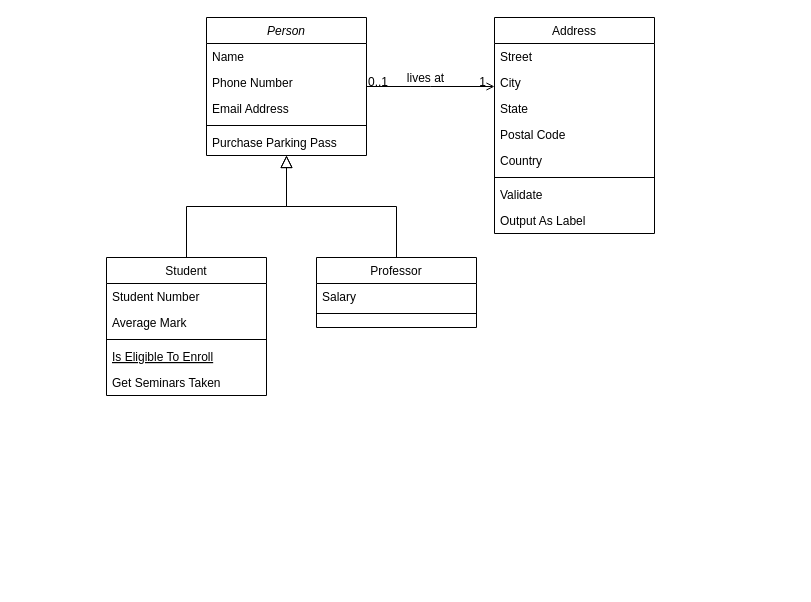
RoUchiha/Flatiron-Phase3-Rails-portfolio-project keeps this draw.io diagram as Untitled Diagram.drawio. Above is the earlier version. Source tidied: cells renumbered, new cells numbered last; positions are measured from the earlier drawing's top-left corner, leaving out a move shared by most shapes. Both pictures are drawn from the tidied source at 100%, with x=0, y=0 at pixel (106, 17).
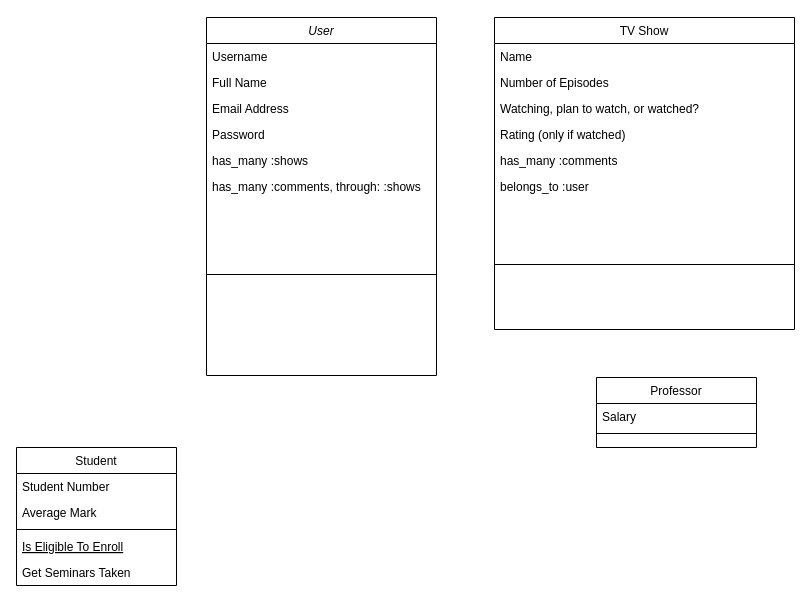
After the change.

Diff of the diagram source:
```diff
@@
-    <mxCell id="2" value="Person" style="swimlane;fontStyle=2;align=center;verticalAlign=top;horizontal=1;startSize=26;rounded=0;shadow=0;strokeWidth=1;" parent="1" vertex="1">
-      <mxGeometry x="100" width="160" height="138" as="geometry" />
+    <mxCell id="2" value="User" style="swimlane;fontStyle=2;align=center;verticalAlign=top;horizontal=1;startSize=26;rounded=0;shadow=0;strokeWidth=1;" parent="1" vertex="1">
+      <mxGeometry x="100" width="230" height="358" as="geometry" />
     </mxCell>
-    <mxCell id="3" value="Name" style="text;align=left;verticalAlign=top;spacingLeft=4;spacingRight=4;overflow=hidden;" parent="2" vertex="1">
-      <mxGeometry y="26" width="160" height="26" as="geometry" />
+    <mxCell id="3" value="Username" style="text;align=left;verticalAlign=top;spacingLeft=4;spacingRight=4;overflow=hidden;" parent="2" vertex="1">
+      <mxGeometry y="26" width="230" height="26" as="geometry" />
     </mxCell>
-    <mxCell id="4" value="Phone Number" style="text;align=left;verticalAlign=top;spacingLeft=4;spacingRight=4;overflow=hidden;rounded=0;shadow=0;html=0;" parent="2" vertex="1">
-      <mxGeometry y="52" width="160" height="26" as="geometry" />
+    <mxCell id="4" value="Full Name" style="text;align=left;verticalAlign=top;spacingLeft=4;spacingRight=4;overflow=hidden;rounded=0;shadow=0;html=0;" parent="2" vertex="1">
+      <mxGeometry y="52" width="230" height="26" as="geometry" />
     </mxCell>
     <mxCell id="5" value="Email Address" style="text;align=left;verticalAlign=top;spacingLeft=4;spacingRight=4;overflow=hidden;rounded=0;shadow=0;html=0;" parent="2" vertex="1">
-      <mxGeometry y="78" width="160" height="26" as="geometry" />
+      <mxGeometry y="78" width="230" height="26" as="geometry" />
     </mxCell>
+    <mxCell id="7" value="Password" style="text;align=left;verticalAlign=top;spacingLeft=4;spacingRight=4;overflow=hidden;" parent="2" vertex="1">
+      <mxGeometry y="104" width="230" height="26" as="geometry" />
+    </mxCell>
+    <mxCell id="32" value="has_many :shows" style="text;align=left;verticalAlign=top;spacingLeft=4;spacingRight=4;overflow=hidden;" parent="2" vertex="1">
+      <mxGeometry y="130" width="230" height="26" as="geometry" />
+    </mxCell>
+    <mxCell id="33" value="has_many :comments, through: :shows" style="text;align=left;verticalAlign=top;spacingLeft=4;spacingRight=4;overflow=hidden;" parent="2" vertex="1">
+      <mxGeometry y="156" width="230" height="26" as="geometry" />
+    </mxCell>
     <mxCell id="6" style="line;html=1;strokeWidth=1;align=left;verticalAlign=middle;spacingTop=-1;spacingLeft=3;spacingRight=3;labelPosition=right;" parent="2" vertex="1">
-      <mxGeometry y="104" width="160" height="8" as="geometry" />
+      <mxGeometry y="182" width="230" height="150" as="geometry" />
     </mxCell>
-    <mxCell id="7" value="Purchase Parking Pass" style="text;align=left;verticalAlign=top;spacingLeft=4;spacingRight=4;overflow=hidden;" parent="2" vertex="1">
-      <mxGeometry y="112" width="160" height="26" as="geometry" />
-    </mxCell>
     <mxCell id="8" value="Student" style="swimlane;fontStyle=0;align=center;verticalAlign=top;horizontal=1;startSize=26;rounded=0;shadow=0;strokeWidth=1;" parent="1" vertex="1">
-      <mxGeometry y="240" width="160" height="138" as="geometry" />
+      <mxGeometry x="-90" y="430" width="160" height="138" as="geometry" />
     </mxCell>
@@
-    <mxCell id="14" style="endArrow=block;endSize=10;endFill=0;shadow=0;strokeWidth=1;rounded=0;edgeStyle=elbowEdgeStyle;elbow=vertical;" parent="1" edge="1" source="8" target="2">
-      <mxGeometry relative="1" as="geometry" />
-    </mxCell>
     <mxCell id="15" value="Professor" style="swimlane;fontStyle=0;align=center;verticalAlign=top;horizontal=1;startSize=26;rounded=0;shadow=0;strokeWidth=1;" parent="1" vertex="1">
-      <mxGeometry x="210" y="240" width="160" height="70" as="geometry" />
+      <mxGeometry x="490" y="360" width="160" height="70" as="geometry" />
     </mxCell>
@@
-    <mxCell id="18" style="endArrow=block;endSize=10;endFill=0;shadow=0;strokeWidth=1;rounded=0;edgeStyle=elbowEdgeStyle;elbow=vertical;" parent="1" edge="1" source="15" target="2">
-      <mxGeometry relative="1" as="geometry" />
-    </mxCell>
-    <mxCell id="19" value="Address" style="swimlane;fontStyle=0;align=center;verticalAlign=top;horizontal=1;startSize=26;rounded=0;shadow=0;strokeWidth=1;" parent="1" vertex="1">
-      <mxGeometry x="388" width="160" height="216" as="geometry" />
+    <mxCell id="19" value="TV Show" style="swimlane;fontStyle=0;align=center;verticalAlign=top;horizontal=1;startSize=26;rounded=0;shadow=0;strokeWidth=1;" parent="1" vertex="1">
+      <mxGeometry x="388" width="300" height="312" as="geometry" />
     </mxCell>
-    <mxCell id="20" value="Street" style="text;align=left;verticalAlign=top;spacingLeft=4;spacingRight=4;overflow=hidden;" parent="19" vertex="1">
-      <mxGeometry y="26" width="160" height="26" as="geometry" />
+    <mxCell id="20" value="Name    " style="text;align=left;verticalAlign=top;spacingLeft=4;spacingRight=4;overflow=hidden;" parent="19" vertex="1">
+      <mxGeometry y="26" width="300" height="26" as="geometry" />
     </mxCell>
-    <mxCell id="21" value="City" style="text;align=left;verticalAlign=top;spacingLeft=4;spacingRight=4;overflow=hidden;rounded=0;shadow=0;html=0;" parent="19" vertex="1">
-      <mxGeometry y="52" width="160" height="26" as="geometry" />
+    <mxCell id="21" value="Number of Episodes" style="text;align=left;verticalAlign=top;spacingLeft=4;spacingRight=4;overflow=hidden;rounded=0;shadow=0;html=0;" parent="19" vertex="1">
+      <mxGeometry y="52" width="300" height="26" as="geometry" />
     </mxCell>
+    <mxCell id="24" value="Watching, plan to watch, or watched?" style="text;align=left;verticalAlign=top;spacingLeft=4;spacingRight=4;overflow=hidden;rounded=0;shadow=0;html=0;" parent="19" vertex="1">
+      <mxGeometry y="78" width="300" height="26" as="geometry" />
+    </mxCell>
-    <mxCell id="22" value="State" style="text;align=left;verticalAlign=top;spacingLeft=4;spacingRight=4;overflow=hidden;rounded=0;shadow=0;html=0;" parent="19" vertex="1">
-      <mxGeometry y="78" width="160" height="26" as="geometry" />
+    <mxCell id="22" value="Rating (only if watched)" style="text;align=left;verticalAlign=top;spacingLeft=4;spacingRight=4;overflow=hidden;rounded=0;shadow=0;html=0;" parent="19" vertex="1">
+      <mxGeometry y="104" width="300" height="26" as="geometry" />
     </mxCell>
-    <mxCell id="23" value="Postal Code" style="text;align=left;verticalAlign=top;spacingLeft=4;spacingRight=4;overflow=hidden;rounded=0;shadow=0;html=0;" parent="19" vertex="1">
-      <mxGeometry y="104" width="160" height="26" as="geometry" />
-    </mxCell>
-    <mxCell id="24" value="Country" style="text;align=left;verticalAlign=top;spacingLeft=4;spacingRight=4;overflow=hidden;rounded=0;shadow=0;html=0;" parent="19" vertex="1">
-      <mxGeometry y="130" width="160" height="26" as="geometry" />
-    </mxCell>
+    <mxCell id="34" value="has_many :comments" style="text;align=left;verticalAlign=top;spacingLeft=4;spacingRight=4;overflow=hidden;" parent="19" vertex="1">
+      <mxGeometry y="130" width="300" height="26" as="geometry" />
+    </mxCell>
+    <mxCell id="35" value="belongs_to :user" style="text;align=left;verticalAlign=top;spacingLeft=4;spacingRight=4;overflow=hidden;" parent="19" vertex="1">
+      <mxGeometry y="156" width="300" height="26" as="geometry" />
+    </mxCell>
     <mxCell id="25" style="line;html=1;strokeWidth=1;align=left;verticalAlign=middle;spacingTop=-1;spacingLeft=3;spacingRight=3;labelPosition=right;" parent="19" vertex="1">
-      <mxGeometry y="156" width="160" height="8" as="geometry" />
+      <mxGeometry y="182" width="300" height="130" as="geometry" />
     </mxCell>
-    <mxCell id="26" value="Validate" style="text;align=left;verticalAlign=top;spacingLeft=4;spacingRight=4;overflow=hidden;" parent="19" vertex="1">
-      <mxGeometry y="164" width="160" height="26" as="geometry" />
-    </mxCell>
-    <mxCell id="27" value="Output As Label" style="text;align=left;verticalAlign=top;spacingLeft=4;spacingRight=4;overflow=hidden;" parent="19" vertex="1">
-      <mxGeometry y="190" width="160" height="26" as="geometry" />
-    </mxCell>
-    <mxCell id="28" style="endArrow=open;shadow=0;strokeWidth=1;rounded=0;endFill=1;edgeStyle=elbowEdgeStyle;elbow=vertical;" parent="1" edge="1" source="2" target="19">
-      <mxGeometry x="0.5" y="41" relative="1" as="geometry">
-        <mxPoint x="-40" y="32" as="offset" />
-      </mxGeometry>
-    </mxCell>
-    <mxCell id="29" value="0..1" style="align=left;verticalAlign=bottom;labelBackgroundColor=none;fontSize=12;" parent="28" vertex="1">
-      <mxGeometry x="-1" relative="1" as="geometry">
-        <mxPoint y="4" as="offset" />
-      </mxGeometry>
-    </mxCell>
-    <mxCell id="30" value="1" style="align=right;verticalAlign=bottom;labelBackgroundColor=none;fontSize=12;" parent="28" vertex="1">
-      <mxGeometry x="1" relative="1" as="geometry">
-        <mxPoint x="-7" y="4" as="offset" />
-      </mxGeometry>
-    </mxCell>
-    <mxCell id="31" value="lives at" style="text;html=1;align=center;verticalAlign=middle;labelBackgroundColor=none;rounded=0;shadow=0;strokeWidth=1;fontSize=12;" parent="28" vertex="1">
-      <mxGeometry x="0.5" y="49" relative="1" as="geometry">
-        <mxPoint x="-38" y="40" as="offset" />
-      </mxGeometry>
-    </mxCell>
```
